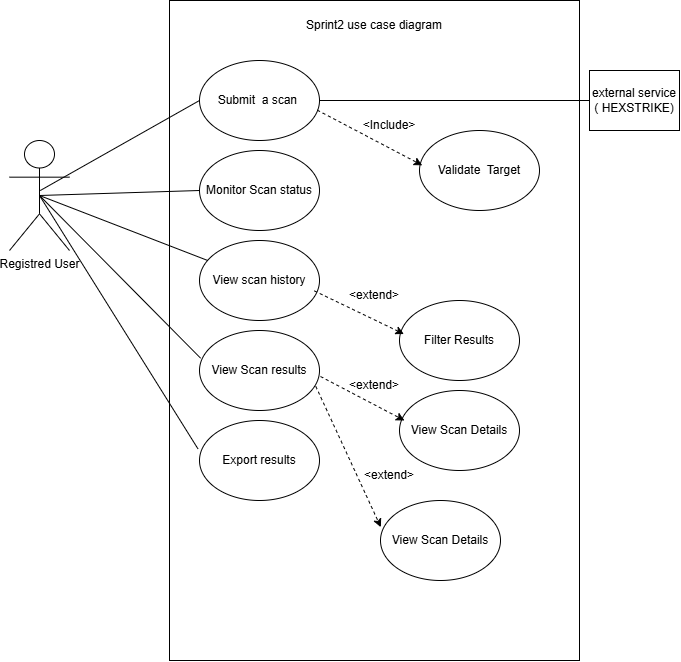
guizanimohamed23/report keeps this draw.io diagram as uploads/diagrams/sprint2 usecas.drawio.png. Above is the earlier version. Source tidied: cells renumbered, new cells last; positions are measured from the earlier drawing's top-left corner, leaving out a move shared by most shapes.
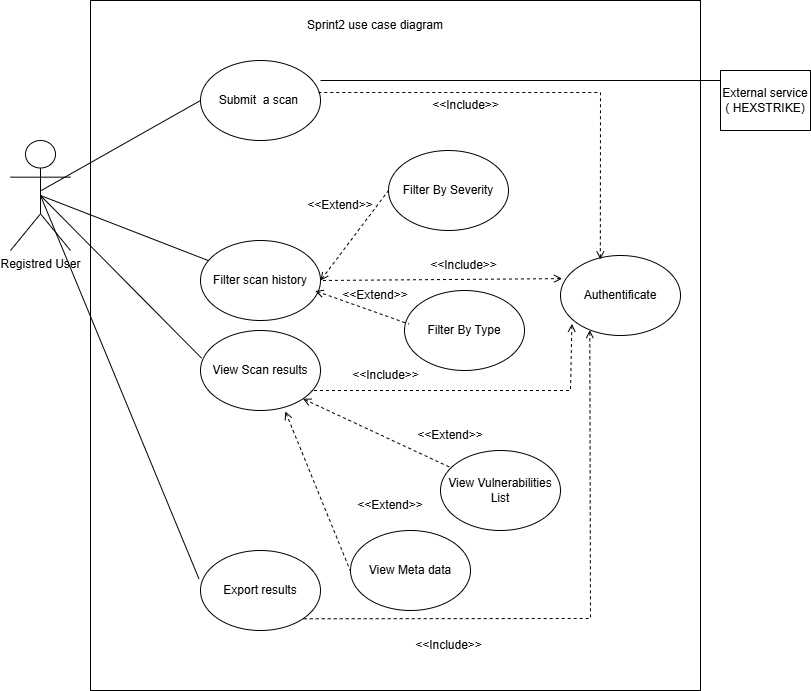
After the change.

Change to the diagram source:
```diff
@@ -2,39 +2,30 @@
   <root>
     <mxCell id="0" />
     <mxCell id="1" parent="0" />
-    <mxCell id="2" style="rounded=0;whiteSpace=wrap;html=1;" parent="1" vertex="1">
-      <mxGeometry x="160" width="410" height="660" as="geometry" />
-    </mxCell>
+    <mxCell id="29" style="rounded=0;whiteSpace=wrap;html=1;fillColor=none;" parent="1" vertex="1">
+      <mxGeometry x="21" y="10" width="610" height="690" as="geometry" />
+    </mxCell>
     <mxCell id="3" value="Registred User" style="shape=umlActor;verticalLabelPosition=bottom;verticalAlign=top;html=1;outlineConnect=0;" parent="1" vertex="1">
-      <mxGeometry y="140" width="60" height="110" as="geometry" />
+      <mxGeometry x="-59" y="150" width="60" height="110" as="geometry" />
     </mxCell>
     <mxCell id="4" value="Submit&amp;nbsp; a scan&amp;nbsp;" style="ellipse;whiteSpace=wrap;html=1;" parent="1" vertex="1">
-      <mxGeometry x="190" y="60" width="120" height="80" as="geometry" />
+      <mxGeometry x="131" y="70" width="120" height="80" as="geometry" />
     </mxCell>
-    <mxCell id="5" value="Monitor Scan status" style="ellipse;whiteSpace=wrap;html=1;" parent="1" vertex="1">
-      <mxGeometry x="190" y="150" width="120" height="80" as="geometry" />
-    </mxCell>
-    <mxCell id="6" value="View scan history" style="ellipse;whiteSpace=wrap;html=1;" parent="1" vertex="1">
-      <mxGeometry x="190" y="240" width="120" height="80" as="geometry" />
+    <mxCell id="6" value="Filter scan history" style="ellipse;whiteSpace=wrap;html=1;" parent="1" vertex="1">
+      <mxGeometry x="131" y="250" width="120" height="80" as="geometry" />
     </mxCell>
     <mxCell id="7" value="View Scan results" style="ellipse;whiteSpace=wrap;html=1;" parent="1" vertex="1">
-      <mxGeometry x="190" y="330" width="120" height="80" as="geometry" />
+      <mxGeometry x="131" y="340" width="120" height="80" as="geometry" />
     </mxCell>
     <mxCell id="8" value="Export results" style="ellipse;whiteSpace=wrap;html=1;" parent="1" vertex="1">
-      <mxGeometry x="190" y="420" width="120" height="80" as="geometry" />
+      <mxGeometry x="131" y="560" width="120" height="80" as="geometry" />
     </mxCell>
-    <mxCell id="9" value="Validate&amp;nbsp; Target" style="ellipse;whiteSpace=wrap;html=1;" parent="1" vertex="1">
-      <mxGeometry x="410" y="130" width="120" height="80" as="geometry" />
-    </mxCell>
-    <mxCell id="10" value="Filter Results" style="ellipse;whiteSpace=wrap;html=1;" parent="1" vertex="1">
-      <mxGeometry x="390" y="300" width="120" height="80" as="geometry" />
+    <mxCell id="10" value="Filter By Type" style="ellipse;whiteSpace=wrap;html=1;" parent="1" vertex="1">
+      <mxGeometry x="335" y="300" width="120" height="80" as="geometry" />
     </mxCell>
     <mxCell id="11" style="endArrow=none;html=1;rounded=0;exitX=0.512;exitY=0.455;exitDx=0;exitDy=0;exitPerimeter=0;entryX=0;entryY=0.5;entryDx=0;entryDy=0;" parent="1" edge="1" source="3" target="4">
       <mxGeometry relative="1" as="geometry" />
     </mxCell>
-    <mxCell id="12" style="endArrow=none;html=1;rounded=0;exitX=0.5;exitY=0.5;exitDx=0;exitDy=0;exitPerimeter=0;entryX=0;entryY=0.5;entryDx=0;entryDy=0;" parent="1" edge="1" source="3" target="5">
-      <mxGeometry relative="1" as="geometry" />
-    </mxCell>
     <mxCell id="13" style="endArrow=none;html=1;rounded=0;entryX=0.5;entryY=0.5;entryDx=0;entryDy=0;entryPerimeter=0;" parent="1" edge="1" source="6" target="3">
       <mxGeometry relative="1" as="geometry" />
     </mxCell>
@@ -44,47 +35,96 @@
     <mxCell id="15" style="endArrow=none;html=1;rounded=0;entryX=-0.013;entryY=0.354;entryDx=0;entryDy=0;entryPerimeter=0;exitX=0.5;exitY=0.5;exitDx=0;exitDy=0;exitPerimeter=0;" parent="1" edge="1" source="3" target="8">
       <mxGeometry relative="1" as="geometry" />
     </mxCell>
-    <mxCell id="16" value="external service ( HEXSTRIKE)" style="rounded=0;whiteSpace=wrap;html=1;" parent="1" vertex="1">
-      <mxGeometry x="580" y="70" width="90" height="60" as="geometry" />
+    <mxCell id="16" value="External service ( HEXSTRIKE)" style="rounded=0;whiteSpace=wrap;html=1;" parent="1" vertex="1">
+      <mxGeometry x="651" y="80" width="90" height="60" as="geometry" />
     </mxCell>
-    <mxCell id="17" style="endArrow=none;html=1;rounded=0;entryX=0;entryY=0.5;entryDx=0;entryDy=0;exitX=1;exitY=0.5;exitDx=0;exitDy=0;" parent="1" edge="1" source="4" target="16">
-      <mxGeometry relative="1" as="geometry" />
+    <mxCell id="17" style="endArrow=none;html=1;rounded=0;entryX=0;entryY=0.5;entryDx=0;entryDy=0;exitX=1;exitY=0.5;exitDx=0;exitDy=0;" parent="1" edge="1">
+      <mxGeometry relative="1" as="geometry">
+        <mxPoint x="251" y="90" as="sourcePoint" />
+        <mxPoint x="651" y="90" as="targetPoint" />
+      </mxGeometry>
     </mxCell>
-    <mxCell id="18" style="endArrow=classic;html=1;rounded=0;exitX=0.957;exitY=0.63;exitDx=0;exitDy=0;exitPerimeter=0;entryX=0.037;entryY=0.419;entryDx=0;entryDy=0;entryPerimeter=0;dashed=1;" parent="1" edge="1" source="6" target="10">
+    <mxCell id="18" style="endArrow=none;html=1;rounded=0;exitX=0.957;exitY=0.63;exitDx=0;exitDy=0;exitPerimeter=0;entryX=0.037;entryY=0.419;entryDx=0;entryDy=0;entryPerimeter=0;dashed=1;endFill=0;startArrow=open;startFill=0;" parent="1" edge="1" source="6" target="10">
       <mxGeometry relative="1" as="geometry" />
     </mxCell>
-    <mxCell id="19" style="endArrow=classic;html=1;rounded=0;exitX=0.982;exitY=0.621;exitDx=0;exitDy=0;exitPerimeter=0;entryX=0.023;entryY=0.435;entryDx=0;entryDy=0;entryPerimeter=0;dashed=1;" parent="1" edge="1" source="4" target="9">
-      <mxGeometry relative="1" as="geometry" />
-    </mxCell>
-    <mxCell id="20" value="&amp;lt;Include&amp;gt;" style="text;html=1;whiteSpace=wrap;strokeColor=none;fillColor=none;align=center;verticalAlign=middle;rounded=0;" parent="1" vertex="1">
-      <mxGeometry x="350" y="110" width="60" height="30" as="geometry" />
-    </mxCell>
-    <mxCell id="21" value="View Scan Details" style="ellipse;whiteSpace=wrap;html=1;" parent="1" vertex="1">
-      <mxGeometry x="390" y="390" width="120" height="80" as="geometry" />
+    <mxCell id="21" value="View Vulnerabilities List" style="ellipse;whiteSpace=wrap;html=1;" parent="1" vertex="1">
+      <mxGeometry x="371" y="460" width="120" height="80" as="geometry" />
     </mxCell>
-    <mxCell id="22" value="&amp;lt;extend&amp;gt;" style="text;html=1;align=center;verticalAlign=middle;whiteSpace=wrap;rounded=0;" parent="1" vertex="1">
-      <mxGeometry x="335" y="280" width="60" height="30" as="geometry" />
+    <mxCell id="22" value="&amp;lt;&amp;lt;Extend&amp;gt;&amp;gt;" style="text;html=1;align=center;verticalAlign=middle;whiteSpace=wrap;rounded=0;" parent="1" vertex="1">
+      <mxGeometry x="276" y="290" width="60" height="30" as="geometry" />
     </mxCell>
-    <mxCell id="23" value="View Scan Details" style="ellipse;whiteSpace=wrap;html=1;" parent="1" vertex="1">
-      <mxGeometry x="371" y="500" width="120" height="80" as="geometry" />
+    <mxCell id="23" value="View Meta data" style="ellipse;whiteSpace=wrap;html=1;" parent="1" vertex="1">
+      <mxGeometry x="281" y="540" width="120" height="80" as="geometry" />
     </mxCell>
-    <mxCell id="24" style="endArrow=classic;html=1;rounded=0;entryX=0.037;entryY=0.419;entryDx=0;entryDy=0;entryPerimeter=0;dashed=1;" parent="1" edge="1">
-      <mxGeometry relative="1" as="geometry">
-        <mxPoint x="311" y="376" as="sourcePoint" />
-        <mxPoint x="395" y="420" as="targetPoint" />
-      </mxGeometry>
+    <mxCell id="24" style="endArrow=none;html=1;rounded=0;dashed=1;endFill=0;startArrow=open;startFill=0;exitX=1;exitY=1;exitDx=0;exitDy=0;" parent="1" edge="1" source="7" target="21">
+      <mxGeometry relative="1" as="geometry" />
     </mxCell>
-    <mxCell id="25" style="endArrow=classic;html=1;rounded=0;exitX=0.969;exitY=0.698;exitDx=0;exitDy=0;exitPerimeter=0;entryX=0.003;entryY=0.333;entryDx=0;entryDy=0;entryPerimeter=0;dashed=1;" parent="1" edge="1" source="7" target="23">
-      <mxGeometry relative="1" as="geometry" />
+    <mxCell id="25" style="endArrow=none;html=1;rounded=0;exitX=0.707;exitY=1.012;exitDx=0;exitDy=0;exitPerimeter=0;entryX=0.003;entryY=0.333;entryDx=0;entryDy=0;entryPerimeter=0;dashed=1;endFill=0;startArrow=open;startFill=0;" parent="1" edge="1" source="7">
+      <mxGeometry relative="1" as="geometry">
+        <mxPoint x="281" y="580.8" as="targetPoint" />
+      </mxGeometry>
     </mxCell>
-    <mxCell id="26" value="&amp;lt;extend&amp;gt;" style="text;html=1;align=center;verticalAlign=middle;whiteSpace=wrap;rounded=0;" parent="1" vertex="1">
-      <mxGeometry x="335" y="370" width="60" height="30" as="geometry" />
+    <mxCell id="26" value="&amp;lt;&amp;lt;Extend&amp;gt;&amp;gt;" style="text;html=1;align=center;verticalAlign=middle;whiteSpace=wrap;rounded=0;" parent="1" vertex="1">
+      <mxGeometry x="351" y="430" width="60" height="30" as="geometry" />
     </mxCell>
-    <mxCell id="27" value="&amp;lt;extend&amp;gt;" style="text;html=1;align=center;verticalAlign=middle;whiteSpace=wrap;rounded=0;" parent="1" vertex="1">
-      <mxGeometry x="350" y="460" width="60" height="30" as="geometry" />
+    <mxCell id="27" value="&amp;lt;&amp;lt;Extend&amp;gt;&amp;gt;" style="text;html=1;align=center;verticalAlign=middle;whiteSpace=wrap;rounded=0;" parent="1" vertex="1">
+      <mxGeometry x="291" y="500" width="60" height="30" as="geometry" />
     </mxCell>
     <mxCell id="28" value="Sprint2 use case diagram" style="text;html=1;align=center;verticalAlign=middle;whiteSpace=wrap;rounded=0;" parent="1" vertex="1">
-      <mxGeometry x="290" y="10" width="150" height="30" as="geometry" />
+      <mxGeometry x="231" y="20" width="150" height="30" as="geometry" />
     </mxCell>
+    <mxCell id="30" value="Filter By Severity" style="ellipse;whiteSpace=wrap;html=1;" parent="1" vertex="1">
+      <mxGeometry x="319" y="160" width="120" height="80" as="geometry" />
+    </mxCell>
+    <mxCell id="31" style="endArrow=none;html=1;rounded=0;exitX=1;exitY=0.5;exitDx=0;exitDy=0;entryX=0;entryY=0.5;entryDx=0;entryDy=0;dashed=1;endFill=0;startArrow=open;startFill=0;" parent="1" edge="1" source="6" target="30">
+      <mxGeometry relative="1" as="geometry" />
+    </mxCell>
+    <mxCell id="32" value="&amp;lt;&amp;lt;Extend&amp;gt;&amp;gt;" style="text;html=1;align=center;verticalAlign=middle;whiteSpace=wrap;rounded=0;" parent="1" vertex="1">
+      <mxGeometry x="241" y="200" width="60" height="30" as="geometry" />
+    </mxCell>
+    <mxCell id="33" value="Authentificate" style="ellipse;whiteSpace=wrap;html=1;" parent="1" vertex="1">
+      <mxGeometry x="491" y="265" width="120" height="80" as="geometry" />
+    </mxCell>
+    <mxCell id="34" style="endArrow=none;html=1;rounded=0;entryX=1;entryY=1;entryDx=0;entryDy=0;dashed=1;endFill=0;startArrow=open;startFill=0;exitX=0.244;exitY=0.932;exitDx=0;exitDy=0;exitPerimeter=0;" parent="1" edge="1" source="33" target="8">
+      <mxGeometry relative="1" as="geometry">
+        <Array as="points">
+          <mxPoint x="521" y="628" />
+        </Array>
+      </mxGeometry>
+    </mxCell>
+    <mxCell id="35" style="endArrow=none;html=1;rounded=0;entryX=1;entryY=0.5;entryDx=0;entryDy=0;dashed=1;endFill=0;startArrow=open;startFill=0;exitX=0.095;exitY=0.854;exitDx=0;exitDy=0;exitPerimeter=0;" parent="1" edge="1" source="33">
+      <mxGeometry relative="1" as="geometry">
+        <mxPoint x="241" y="400" as="targetPoint" />
+        <Array as="points">
+          <mxPoint x="501" y="400" />
+          <mxPoint x="241" y="400" />
+        </Array>
+      </mxGeometry>
+    </mxCell>
+    <mxCell id="36" style="endArrow=none;html=1;rounded=0;exitX=0.014;exitY=0.289;exitDx=0;exitDy=0;exitPerimeter=0;dashed=1;endFill=0;startArrow=open;startFill=0;" parent="1" edge="1" source="33">
+      <mxGeometry relative="1" as="geometry">
+        <mxPoint x="251" y="290" as="targetPoint" />
+      </mxGeometry>
+    </mxCell>
+    <mxCell id="37" value="&amp;lt;&amp;lt;Include&amp;gt;&amp;gt;" style="text;html=1;align=center;verticalAlign=middle;strokeColor=none;fillColor=none;" parent="1" vertex="1">
+      <mxGeometry x="334" y="640" width="90" height="30" as="geometry" />
+    </mxCell>
+    <mxCell id="38" value="&amp;lt;&amp;lt;Include&amp;gt;&amp;gt;" style="text;html=1;align=center;verticalAlign=middle;strokeColor=none;fillColor=none;" parent="1" vertex="1">
+      <mxGeometry x="271" y="370" width="90" height="30" as="geometry" />
+    </mxCell>
+    <mxCell id="39" value="&amp;lt;&amp;lt;Include&amp;gt;&amp;gt;" style="text;html=1;align=center;verticalAlign=middle;strokeColor=none;fillColor=none;" parent="1" vertex="1">
+      <mxGeometry x="349" y="260" width="90" height="30" as="geometry" />
+    </mxCell>
+    <mxCell id="40" style="endArrow=none;html=1;rounded=0;dashed=1;endFill=0;startArrow=open;startFill=0;exitX=0.332;exitY=0.05;exitDx=0;exitDy=0;exitPerimeter=0;" parent="1" edge="1" source="33">
+      <mxGeometry relative="1" as="geometry">
+        <mxPoint x="249" y="102" as="targetPoint" />
+        <Array as="points">
+          <mxPoint x="531" y="102" />
+        </Array>
+      </mxGeometry>
+    </mxCell>
+    <mxCell id="41" value="&amp;lt;&amp;lt;Include&amp;gt;&amp;gt;" style="text;html=1;align=center;verticalAlign=middle;strokeColor=none;fillColor=none;" parent="1" vertex="1">
+      <mxGeometry x="351" y="100" width="90" height="30" as="geometry" />
+    </mxCell>
   </root>
 </mxGraphModel>
```
